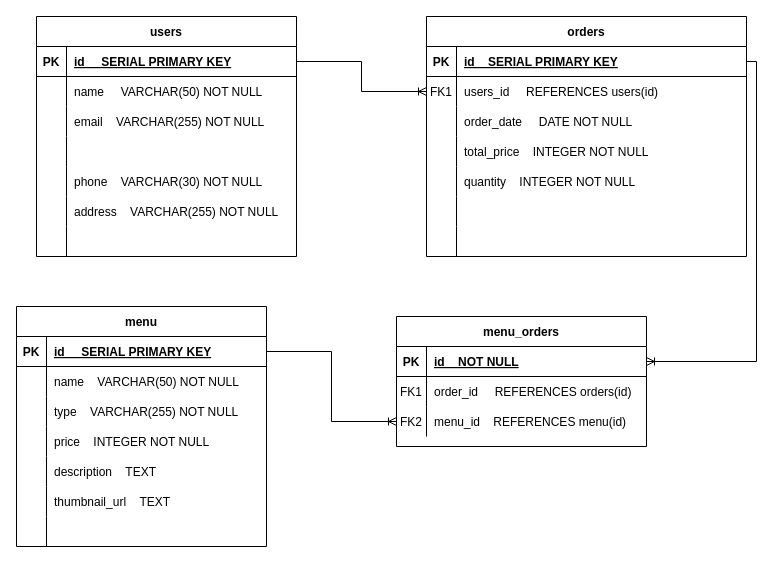
The draw.io diagram planning/Mid-term ERD.drawio in Rmaceac/spuddies-food-ordering, before the edit. Source tidied: cells renumbered, new cells numbered last; positions are measured from the earlier drawing's top-left corner, leaving out a move shared by most shapes. Both pictures are drawn from the tidied source at 100%, with x=0, y=0 at pixel (16, 16).
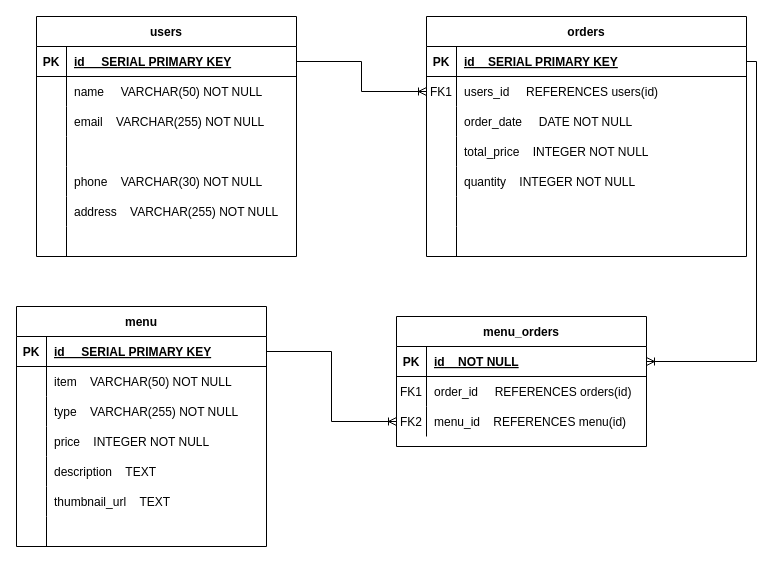
Above is the later version.

Commit message (it also covers changes not shown here):
adjust db user table seed files with more data. add menu table to db schema

Unchanged cells that the change refers to:
```xml
<mxCell id="60" style="shape=partialRectangle;fillColor=none;top=0;left=0;right=0;bottom=0;" parent="56" vertex="1">
  <mxGeometry y="60" width="250" height="30" as="geometry" />
</mxCell>
```

Diff of the diagram source:
```diff
@@
-    <mxCell id="62" value="name    VARCHAR(50) NOT NULL" style="shape=partialRectangle;overflow=hidden;fillColor=none;top=0;left=0;bottom=0;right=0;align=left;spacingLeft=6;" parent="60" vertex="1">
+    <mxCell id="62" value="item    VARCHAR(50) NOT NULL" style="shape=partialRectangle;overflow=hidden;fillColor=none;top=0;left=0;bottom=0;right=0;align=left;spacingLeft=6;" parent="60" vertex="1">
       <mxGeometry x="30" width="220" height="30" as="geometry" />
     </mxCell>
```
